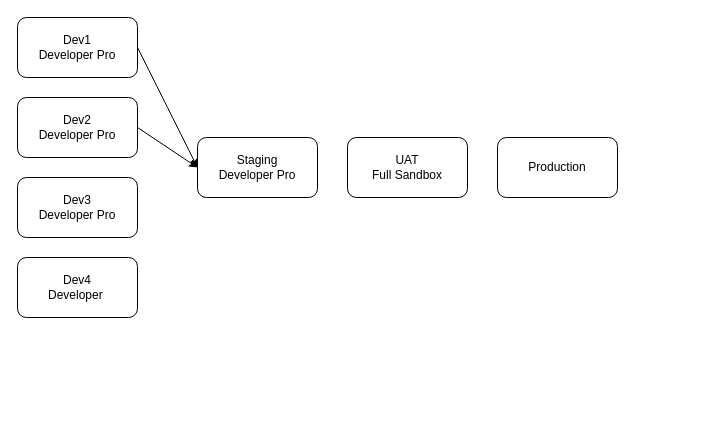
This is salesforce/Untitled Diagram.drawio from miluber/charts, a draw.io file, before an edit. Source tidied: cells renumbered, new cells numbered last; positions are measured from the earlier drawing's top-left corner, leaving out a move shared by most shapes. Both pictures are drawn from the tidied source at 100%, with x=0, y=0 at pixel (17, 17).
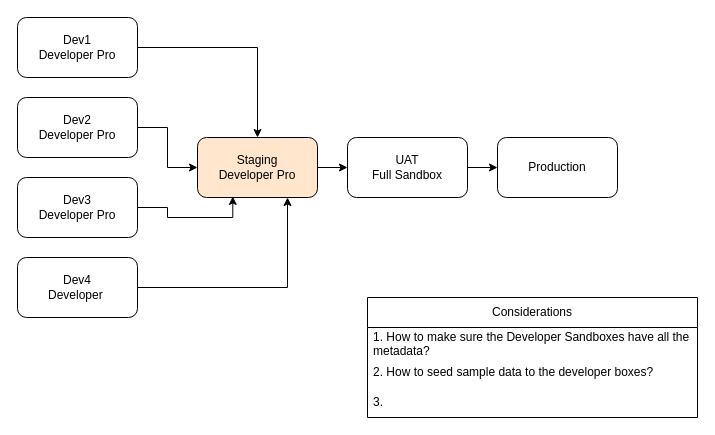
The same page after the edit.

The edit, as a diff of the source:
```diff
@@
 <mxGraphModel>
   <root>
     <mxCell id="0" />
     <mxCell id="1" parent="0" />
     <mxCell id="2" value="Production" style="rounded=1;whiteSpace=wrap;html=1;" parent="1" vertex="1">
       <mxGeometry x="480" y="120" width="120" height="60" as="geometry" />
     </mxCell>
+    <mxCell id="11" style="edgeStyle=orthogonalEdgeStyle;rounded=0;jettySize=auto;html=1;entryX=0;entryY=0.5;entryDx=0;entryDy=0;" parent="1" edge="1" source="3" target="2">
+      <mxGeometry relative="1" as="geometry" />
+    </mxCell>
     <mxCell id="3" value="UAT&lt;br&gt;Full Sandbox" style="rounded=1;whiteSpace=wrap;html=1;" parent="1" vertex="1">
       <mxGeometry x="330" y="120" width="120" height="60" as="geometry" />
     </mxCell>
+    <mxCell id="12" style="edgeStyle=orthogonalEdgeStyle;rounded=0;jettySize=auto;html=1;entryX=0.294;entryY=0.983;entryDx=0;entryDy=0;entryPerimeter=0;" parent="1" edge="1" source="4" target="7">
+      <mxGeometry relative="1" as="geometry" />
+    </mxCell>
     <mxCell id="4" value="Dev3&lt;br&gt;Developer Pro" style="rounded=1;whiteSpace=wrap;html=1;" parent="1" vertex="1">
       <mxGeometry y="160" width="120" height="60" as="geometry" />
     </mxCell>
+    <mxCell id="13" style="edgeStyle=orthogonalEdgeStyle;rounded=0;jettySize=auto;html=1;entryX=0;entryY=0.5;entryDx=0;entryDy=0;" parent="1" edge="1" source="5" target="7">
+      <mxGeometry relative="1" as="geometry" />
+    </mxCell>
     <mxCell id="5" value="Dev2&lt;br&gt;Developer Pro" style="rounded=1;whiteSpace=wrap;html=1;" parent="1" vertex="1">
       <mxGeometry y="80" width="120" height="60" as="geometry" />
     </mxCell>
+    <mxCell id="9" style="edgeStyle=orthogonalEdgeStyle;rounded=0;jettySize=auto;html=1;" parent="1" edge="1" source="6" target="7">
+      <mxGeometry relative="1" as="geometry" />
+    </mxCell>
     <mxCell id="6" value="Dev1&lt;br&gt;Developer Pro" style="rounded=1;whiteSpace=wrap;html=1;" parent="1" vertex="1">
       <mxGeometry width="120" height="60" as="geometry" />
     </mxCell>
+    <mxCell id="14" style="edgeStyle=orthogonalEdgeStyle;rounded=0;jettySize=auto;html=1;entryX=0;entryY=0.5;entryDx=0;entryDy=0;" parent="1" edge="1" source="7" target="3">
+      <mxGeometry relative="1" as="geometry" />
+    </mxCell>
-    <mxCell id="7" value="Staging&lt;br&gt;Developer Pro" style="rounded=1;whiteSpace=wrap;html=1;" parent="1" vertex="1">
+    <mxCell id="7" value="Staging&lt;br&gt;Developer Pro" style="rounded=1;whiteSpace=wrap;html=1;fillColor=#FFE6CC;" parent="1" vertex="1">
       <mxGeometry x="180" y="120" width="120" height="60" as="geometry" />
     </mxCell>
+    <mxCell id="15" style="edgeStyle=orthogonalEdgeStyle;rounded=0;jettySize=auto;html=1;entryX=0.75;entryY=1;entryDx=0;entryDy=0;" parent="1" edge="1" source="8" target="7">
+      <mxGeometry relative="1" as="geometry" />
+    </mxCell>
     <mxCell id="8" value="Dev4&lt;br&gt;Developer&amp;nbsp;" style="rounded=1;whiteSpace=wrap;html=1;" parent="1" vertex="1">
       <mxGeometry y="240" width="120" height="60" as="geometry" />
     </mxCell>
-    <mxCell id="9" style="endArrow=classic;html=1;rounded=0;exitX=1;exitY=0.5;exitDx=0;exitDy=0;entryX=0;entryY=0.5;entryDx=0;entryDy=0;" parent="1" edge="1" source="6" target="7">
-      <mxGeometry relative="1" as="geometry">
-        <Array as="points">
-          <mxPoint x="150" y="90" />
-        </Array>
-      </mxGeometry>
-    </mxCell>
-    <mxCell id="10" style="endArrow=classic;html=1;rounded=0;exitX=1;exitY=0.5;exitDx=0;exitDy=0;" parent="1" edge="1" source="5">
-      <mxGeometry relative="1" as="geometry">
-        <mxPoint x="180" y="150" as="targetPoint" />
-      </mxGeometry>
-    </mxCell>
+    <mxCell id="16" value="Considerations" style="swimlane;fontStyle=0;horizontal=1;startSize=30;whiteSpace=wrap;html=1;" parent="1" vertex="1">
+      <mxGeometry x="350" y="280" width="330" height="120" as="geometry" />
+    </mxCell>
+    <mxCell id="17" value="1. How to make sure the Developer Sandboxes have all the metadata?" style="text;strokeColor=none;fillColor=none;align=left;verticalAlign=middle;spacingLeft=4;spacingRight=4;overflow=hidden;whiteSpace=wrap;html=1;" parent="16" vertex="1">
+      <mxGeometry y="30" width="330" height="30" as="geometry" />
+    </mxCell>
+    <mxCell id="18" value="2. How to seed sample data to the developer boxes?" style="text;strokeColor=none;fillColor=none;align=left;verticalAlign=middle;spacingLeft=4;spacingRight=4;overflow=hidden;whiteSpace=wrap;html=1;" parent="16" vertex="1">
+      <mxGeometry y="60" width="330" height="30" as="geometry" />
+    </mxCell>
+    <mxCell id="19" value="3." style="text;strokeColor=none;fillColor=none;align=left;verticalAlign=middle;spacingLeft=4;spacingRight=4;overflow=hidden;whiteSpace=wrap;html=1;" parent="16" vertex="1">
+      <mxGeometry y="90" width="330" height="30" as="geometry" />
+    </mxCell>
   </root>
 </mxGraphModel>
```
